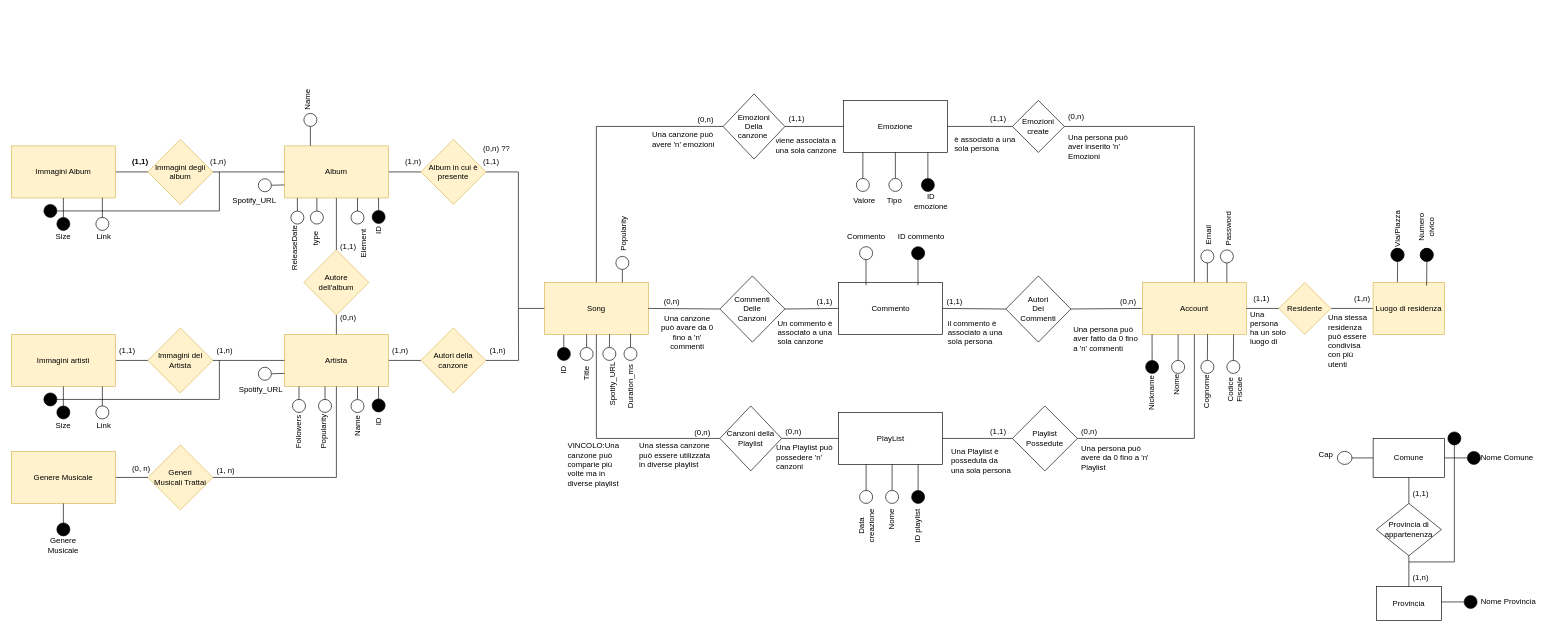
This is Schemi/ER-Database.drawio from MattyMar234/EmotionalSongs2, a draw.io file, before an edit. Source tidied: cells renumbered, new cells numbered last; positions are measured from the earlier drawing's top-left corner, leaving out a move shared by most shapes. Both pictures are drawn from the tidied source at 65%, with x=0, y=0 at pixel (11, 94).
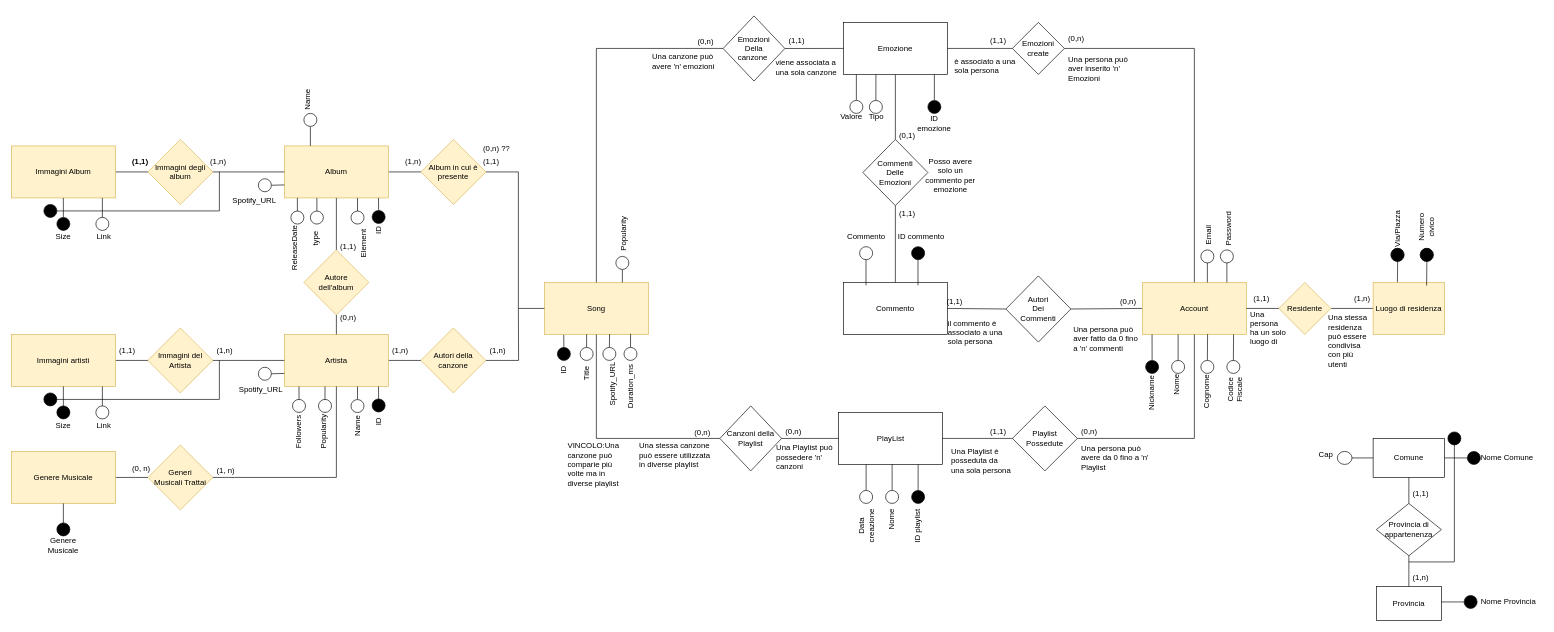
After the change.

The change refers to these unchanged cells:
```xml
<mxCell id="2" value="Song" style="rounded=0;whiteSpace=wrap;html=1;fillColor=#fff2cc;strokeColor=#d6b656;" parent="1" vertex="1">
  <mxGeometry x="820" y="290" width="160" height="80" as="geometry" />
</mxCell>
<mxCell id="21" value="Account" style="rounded=0;whiteSpace=wrap;html=1;fillColor=#fff2cc;strokeColor=#d6b656;" parent="1" vertex="1">
  <mxGeometry x="1740" y="290" width="160" height="80" as="geometry" />
</mxCell>
```

What changed in the source:
```diff
@@
-    <mxCell id="7" style="endArrow=none;html=1;rounded=0;entryX=0;entryY=0.5;entryDx=0;entryDy=0;exitX=1;exitY=0.5;exitDx=0;exitDy=0;" parent="1" edge="1" source="2" target="38">
+    <mxCell id="7" style="endArrow=none;html=1;rounded=0;entryX=0.5;entryY=0;entryDx=0;entryDy=0;exitX=0.5;exitY=1;exitDx=0;exitDy=0;" parent="1" edge="1" source="127" target="38">
       <mxGeometry relative="1" as="geometry" />
     </mxCell>
@@
-    <mxCell id="17" value="(0,n)" style="text;strokeColor=none;fillColor=none;align=left;verticalAlign=middle;spacingLeft=4;spacingRight=4;overflow=hidden;whiteSpace=wrap;html=1;" parent="1" vertex="1">
-      <mxGeometry x="997.5" y="304.5" width="80" height="30" as="geometry" />
+    <mxCell id="17" value="(0,1)" style="text;strokeColor=none;fillColor=none;align=left;verticalAlign=middle;spacingLeft=4;spacingRight=4;overflow=hidden;whiteSpace=wrap;html=1;" parent="1" vertex="1">
+      <mxGeometry x="1360" y="50" width="80" height="30" as="geometry" />
     </mxCell>
@@
-    <mxCell id="38" value="Commenti &lt;br&gt;Delle&lt;br&gt;Canzoni" style="rhombus;whiteSpace=wrap;html=1;fillColor=#FFFFFF;" parent="1" vertex="1">
-      <mxGeometry x="1090" y="280" width="100" height="101.8" as="geometry" />
+    <mxCell id="38" value="Commenti &lt;br&gt;Delle&lt;br&gt;Emozioni" style="rhombus;whiteSpace=wrap;html=1;fillColor=#FFFFFF;" parent="1" vertex="1">
+      <mxGeometry x="1310" y="70" width="100" height="101.8" as="geometry" />
     </mxCell>
     <mxCell id="39" value="Commento" style="rounded=0;whiteSpace=wrap;html=1;" parent="1" vertex="1">
-      <mxGeometry x="1272.5" y="290" width="160" height="80" as="geometry" />
+      <mxGeometry x="1280" y="290" width="160" height="80" as="geometry" />
     </mxCell>
-    <mxCell id="40" style="endArrow=none;html=1;rounded=0;exitX=1;exitY=0.5;exitDx=0;exitDy=0;entryX=0;entryY=0.5;entryDx=0;entryDy=0;" parent="1" edge="1" source="38" target="39">
+    <mxCell id="40" style="endArrow=none;html=1;rounded=0;exitX=0.5;exitY=1;exitDx=0;exitDy=0;entryX=0.5;entryY=0;entryDx=0;entryDy=0;" parent="1" edge="1" source="38" target="39">
       <mxGeometry relative="1" as="geometry" />
     </mxCell>
     <mxCell id="41" value="(1,1)" style="text;strokeColor=none;fillColor=none;align=left;verticalAlign=middle;spacingLeft=4;spacingRight=4;overflow=hidden;whiteSpace=wrap;html=1;" parent="1" vertex="1">
-      <mxGeometry x="1232.5" y="304.5" width="40" height="30" as="geometry" />
+      <mxGeometry x="1360" y="170" width="40" height="30" as="geometry" />
     </mxCell>
@@
-    <mxCell id="51" value="Una canzone può avare da 0 fino a 'n' commenti" style="text;html=1;strokeColor=none;fillColor=none;align=center;verticalAlign=middle;whiteSpace=wrap;rounded=0;" parent="1" vertex="1">
-      <mxGeometry x="995" y="351.8" width="90" height="30" as="geometry" />
+    <mxCell id="51" value="Posso avere solo un commento per emozione" style="text;html=1;strokeColor=none;fillColor=none;align=center;verticalAlign=middle;whiteSpace=wrap;rounded=0;" parent="1" vertex="1">
+      <mxGeometry x="1400" y="110" width="90" height="30" as="geometry" />
     </mxCell>
-    <mxCell id="52" value="Un commento è associato a una sola canzone" style="text;strokeColor=none;fillColor=none;align=left;verticalAlign=middle;spacingLeft=4;spacingRight=4;overflow=hidden;whiteSpace=wrap;html=1;" parent="1" vertex="1">
-      <mxGeometry x="1172.5" y="326.8" width="102.5" height="80" as="geometry" />
-    </mxCell>
@@
     <mxCell id="120" style="edgeStyle=orthogonalEdgeStyle;rounded=0;orthogonalLoop=1;jettySize=auto;html=1;exitX=0;exitY=0.5;exitDx=0;exitDy=0;" parent="1" edge="1">
       <mxGeometry relative="1" as="geometry">
-        <mxPoint x="900" as="sourcePoint" />
-        <mxPoint x="900" as="targetPoint" />
+        <mxPoint x="900" y="-120" as="sourcePoint" />
+        <mxPoint x="900" y="-120" as="targetPoint" />
       </mxGeometry>
     </mxCell>
     <mxCell id="121" style="edgeStyle=orthogonalEdgeStyle;rounded=0;orthogonalLoop=1;jettySize=auto;html=1;exitX=0;exitY=0.5;exitDx=0;exitDy=0;" parent="1" edge="1">
       <mxGeometry relative="1" as="geometry">
-        <mxPoint x="940" as="sourcePoint" />
-        <mxPoint x="940" as="targetPoint" />
+        <mxPoint x="940" y="-120" as="sourcePoint" />
+        <mxPoint x="940" y="-120" as="targetPoint" />
       </mxGeometry>
     </mxCell>
     <mxCell id="122" style="edgeStyle=orthogonalEdgeStyle;rounded=0;orthogonalLoop=1;jettySize=auto;html=1;exitX=0;exitY=0.5;exitDx=0;exitDy=0;" parent="1" edge="1">
       <mxGeometry relative="1" as="geometry">
-        <mxPoint x="980" as="sourcePoint" />
-        <mxPoint x="980" as="targetPoint" />
+        <mxPoint x="980" y="-120" as="sourcePoint" />
+        <mxPoint x="980" y="-120" as="targetPoint" />
       </mxGeometry>
     </mxCell>
     <mxCell id="123" style="edgeStyle=orthogonalEdgeStyle;rounded=0;orthogonalLoop=1;jettySize=auto;html=1;exitX=0;exitY=0.5;exitDx=0;exitDy=0;" parent="1" edge="1">
       <mxGeometry relative="1" as="geometry">
-        <mxPoint x="1680" y="50" as="sourcePoint" />
-        <mxPoint x="1680" y="50" as="targetPoint" />
+        <mxPoint x="1680" y="-70" as="sourcePoint" />
+        <mxPoint x="1680" y="-70" as="targetPoint" />
       </mxGeometry>
     </mxCell>
     <mxCell id="124" style="edgeStyle=orthogonalEdgeStyle;rounded=0;orthogonalLoop=1;jettySize=auto;html=1;exitX=0;exitY=0.5;exitDx=0;exitDy=0;" parent="1" edge="1">
       <mxGeometry relative="1" as="geometry">
-        <mxPoint x="1800" as="sourcePoint" />
-        <mxPoint x="1800" as="targetPoint" />
+        <mxPoint x="1800" y="-120" as="sourcePoint" />
+        <mxPoint x="1800" y="-120" as="targetPoint" />
       </mxGeometry>
     </mxCell>
     <mxCell id="125" style="edgeStyle=orthogonalEdgeStyle;rounded=0;orthogonalLoop=1;jettySize=auto;html=1;exitX=0;exitY=0.5;exitDx=0;exitDy=0;" parent="1" edge="1">
       <mxGeometry relative="1" as="geometry">
-        <mxPoint x="1840" y="10" as="sourcePoint" />
-        <mxPoint x="1840" y="10" as="targetPoint" />
+        <mxPoint x="1840" y="-110" as="sourcePoint" />
+        <mxPoint x="1840" y="-110" as="targetPoint" />
       </mxGeometry>
     </mxCell>
     <mxCell id="126" style="edgeStyle=orthogonalEdgeStyle;rounded=0;orthogonalLoop=1;jettySize=auto;html=1;exitX=0;exitY=0.5;exitDx=0;exitDy=0;" parent="1" edge="1">
       <mxGeometry relative="1" as="geometry">
-        <mxPoint x="1880" as="sourcePoint" />
-        <mxPoint x="1880" as="targetPoint" />
+        <mxPoint x="1880" y="-120" as="sourcePoint" />
+        <mxPoint x="1880" y="-120" as="targetPoint" />
       </mxGeometry>
     </mxCell>
     <mxCell id="127" value="Emozione" style="rounded=0;whiteSpace=wrap;html=1;" parent="1" vertex="1">
-      <mxGeometry x="1280" y="10" width="160" height="80" as="geometry" />
+      <mxGeometry x="1280" y="-110" width="160" height="80" as="geometry" />
     </mxCell>
     <mxCell id="128" value="Emozioni create" style="rhombus;whiteSpace=wrap;html=1;fillColor=#FFFFFF;" parent="1" vertex="1">
-      <mxGeometry x="1540" y="10" width="80" height="80" as="geometry" />
+      <mxGeometry x="1540" y="-110" width="80" height="80" as="geometry" />
     </mxCell>
     <mxCell id="129" style="endArrow=none;html=1;rounded=0;exitX=1;exitY=0.5;exitDx=0;exitDy=0;" parent="1" edge="1" source="128">
       <mxGeometry relative="1" as="geometry">
-        <mxPoint x="1820" y="50" as="targetPoint" />
+        <mxPoint x="1820" y="-70" as="targetPoint" />
       </mxGeometry>
     </mxCell>
     <mxCell id="130" value="(0,n)" style="text;strokeColor=none;fillColor=none;align=left;verticalAlign=middle;spacingLeft=4;spacingRight=4;overflow=hidden;whiteSpace=wrap;html=1;" parent="1" vertex="1">
-      <mxGeometry x="1620" y="20" width="35" height="30" as="geometry" />
+      <mxGeometry x="1620" y="-100" width="35" height="30" as="geometry" />
     </mxCell>
     <mxCell id="131" value="Una persona può aver inserito 'n' Emozioni" style="text;strokeColor=none;fillColor=none;align=left;verticalAlign=middle;spacingLeft=4;spacingRight=4;overflow=hidden;whiteSpace=wrap;html=1;" parent="1" vertex="1">
-      <mxGeometry x="1620" y="50.7" width="117.5" height="60.5" as="geometry" />
+      <mxGeometry x="1620" y="-69.3" width="117.5" height="60.5" as="geometry" />
     </mxCell>
@@
     <mxCell id="133" value="(1,1)" style="text;strokeColor=none;fillColor=none;align=left;verticalAlign=middle;spacingLeft=4;spacingRight=4;overflow=hidden;whiteSpace=wrap;html=1;" parent="1" vertex="1">
-      <mxGeometry x="1500" y="23" width="40" height="30" as="geometry" />
+      <mxGeometry x="1500" y="-97" width="40" height="30" as="geometry" />
     </mxCell>
     <mxCell id="134" value="è associato a una sola persona" style="text;strokeColor=none;fillColor=none;align=left;verticalAlign=middle;spacingLeft=4;spacingRight=4;overflow=hidden;whiteSpace=wrap;html=1;" parent="1" vertex="1">
-      <mxGeometry x="1445" y="53" width="105" height="47" as="geometry" />
+      <mxGeometry x="1445" y="-67" width="105" height="47" as="geometry" />
     </mxCell>
-    <mxCell id="135" style="endArrow=none;html=1;rounded=0;" parent="1" edge="1">
-      <mxGeometry relative="1" as="geometry">
-        <mxPoint x="1360" y="130" as="sourcePoint" />
-        <mxPoint x="1360" y="90" as="targetPoint" />
-      </mxGeometry>
+    <mxCell id="135" style="endArrow=none;html=1;rounded=0;exitX=0.5;exitY=0;exitDx=0;exitDy=0;entryX=0.313;entryY=1;entryDx=0;entryDy=0;entryPerimeter=0;" parent="1" edge="1" source="136" target="127">
+      <mxGeometry relative="1" as="geometry" />
     </mxCell>
     <mxCell id="136" style="ellipse;whiteSpace=wrap;html=1;" parent="1" vertex="1">
-      <mxGeometry x="1350" y="130" width="20" height="20" as="geometry" />
+      <mxGeometry x="1320" y="10" width="20" height="20" as="geometry" />
     </mxCell>
@@
     <mxCell id="138" value="Tipo&amp;nbsp;" style="text;html=1;strokeColor=none;fillColor=none;align=center;verticalAlign=middle;whiteSpace=wrap;rounded=0;rotation=0;" parent="1" vertex="1">
-      <mxGeometry x="1337.5" y="150" width="45" height="30" as="geometry" />
+      <mxGeometry x="1310" y="20" width="45" height="30" as="geometry" />
     </mxCell>
     <mxCell id="139" value="Emozioni &lt;br&gt;Della&lt;br&gt;canzone&amp;nbsp;" style="rhombus;whiteSpace=wrap;html=1;fillColor=#FFFFFF;" parent="1" vertex="1">
-      <mxGeometry x="1095" width="95" height="100.2" as="geometry" />
+      <mxGeometry x="1095" y="-120" width="95" height="100.2" as="geometry" />
     </mxCell>
@@
     <mxCell id="141" value="(1,1)" style="text;strokeColor=none;fillColor=none;align=left;verticalAlign=middle;spacingLeft=4;spacingRight=4;overflow=hidden;whiteSpace=wrap;html=1;" parent="1" vertex="1">
-      <mxGeometry x="1190" y="23" width="40" height="30" as="geometry" />
+      <mxGeometry x="1190" y="-97" width="40" height="30" as="geometry" />
     </mxCell>
     <mxCell id="142" value="viene associata a una sola canzone" style="text;strokeColor=none;fillColor=none;align=left;verticalAlign=middle;spacingLeft=4;spacingRight=4;overflow=hidden;whiteSpace=wrap;html=1;" parent="1" vertex="1">
-      <mxGeometry x="1170" y="50" width="105" height="58.2" as="geometry" />
+      <mxGeometry x="1170" y="-70" width="105" height="58.2" as="geometry" />
     </mxCell>
     <mxCell id="143" style="endArrow=none;html=1;rounded=0;" parent="1" edge="1">
       <mxGeometry relative="1" as="geometry">
-        <mxPoint x="900" y="50" as="sourcePoint" />
-        <mxPoint x="1095" y="50" as="targetPoint" />
+        <mxPoint x="900" y="-70" as="sourcePoint" />
+        <mxPoint x="1095" y="-70" as="targetPoint" />
       </mxGeometry>
     </mxCell>
     <mxCell id="144" value="(0,n)" style="text;strokeColor=none;fillColor=none;align=left;verticalAlign=middle;spacingLeft=4;spacingRight=4;overflow=hidden;whiteSpace=wrap;html=1;" parent="1" vertex="1">
-      <mxGeometry x="1050" y="25.2" width="40" height="30" as="geometry" />
+      <mxGeometry x="1050" y="-94.8" width="40" height="30" as="geometry" />
     </mxCell>
-    <mxCell id="145" style="endArrow=none;html=1;rounded=0;" parent="1" edge="1">
+    <mxCell id="145" style="endArrow=none;html=1;rounded=0;exitX=0.5;exitY=0;exitDx=0;exitDy=0;" parent="1" edge="1" source="146">
       <mxGeometry relative="1" as="geometry">
-        <mxPoint x="1410" y="130" as="sourcePoint" />
-        <mxPoint x="1410" y="90" as="targetPoint" />
+        <mxPoint x="1420" y="-30" as="targetPoint" />
       </mxGeometry>
     </mxCell>
     <mxCell id="146" style="ellipse;whiteSpace=wrap;html=1;fillColor=#000000;" parent="1" vertex="1">
-      <mxGeometry x="1400" y="130" width="20" height="20" as="geometry" />
+      <mxGeometry x="1410" y="10" width="20" height="20" as="geometry" />
     </mxCell>
-    <mxCell id="147" style="endArrow=none;html=1;rounded=0;" parent="1" edge="1">
-      <mxGeometry relative="1" as="geometry">
-        <mxPoint x="1310" y="130" as="sourcePoint" />
-        <mxPoint x="1310" y="90" as="targetPoint" />
-      </mxGeometry>
+    <mxCell id="147" style="endArrow=none;html=1;rounded=0;entryX=0.125;entryY=1;entryDx=0;entryDy=0;entryPerimeter=0;exitX=0.5;exitY=0;exitDx=0;exitDy=0;" parent="1" edge="1" source="148" target="127">
+      <mxGeometry relative="1" as="geometry" />
     </mxCell>
     <mxCell id="148" style="ellipse;whiteSpace=wrap;html=1;" parent="1" vertex="1">
-      <mxGeometry x="1300" y="130" width="20" height="20" as="geometry" />
+      <mxGeometry x="1290" y="10" width="20" height="20" as="geometry" />
     </mxCell>
@@
     <mxCell id="150" value="Una canzone può avere 'n' emozioni" style="text;strokeColor=none;fillColor=none;align=left;verticalAlign=middle;spacingLeft=4;spacingRight=4;overflow=hidden;whiteSpace=wrap;html=1;" parent="1" vertex="1">
-      <mxGeometry x="980" y="30" width="122.5" height="80" as="geometry" />
+      <mxGeometry x="980" y="-90" width="122.5" height="80" as="geometry" />
     </mxCell>
     <mxCell id="151" style="endArrow=none;html=1;rounded=0;exitX=0.5;exitY=0;exitDx=0;exitDy=0;" parent="1" edge="1" source="21">
       <mxGeometry relative="1" as="geometry">
-        <mxPoint x="1820" y="50" as="targetPoint" />
+        <mxPoint x="1820" y="-70" as="targetPoint" />
       </mxGeometry>
     </mxCell>
     <mxCell id="152" value="ID emozione" style="text;html=1;strokeColor=none;fillColor=none;align=center;verticalAlign=middle;whiteSpace=wrap;rounded=0;rotation=0;" parent="1" vertex="1">
-      <mxGeometry x="1390" y="150" width="50" height="30" as="geometry" />
+      <mxGeometry x="1400" y="30" width="40" height="30" as="geometry" />
     </mxCell>
     <mxCell id="153" style="endArrow=none;html=1;rounded=0;exitX=0.5;exitY=0;exitDx=0;exitDy=0;" parent="1" edge="1" source="2">
       <mxGeometry relative="1" as="geometry">
-        <mxPoint x="900" y="50" as="targetPoint" />
+        <mxPoint x="900" y="-70" as="targetPoint" />
       </mxGeometry>
     </mxCell>
     <mxCell id="154" value="Valore" style="text;html=1;strokeColor=none;fillColor=none;align=center;verticalAlign=middle;whiteSpace=wrap;rounded=0;rotation=0;" parent="1" vertex="1">
-      <mxGeometry x="1290" y="150" width="45" height="30" as="geometry" />
+      <mxGeometry x="1270" y="20" width="45" height="30" as="geometry" />
     </mxCell>
```
